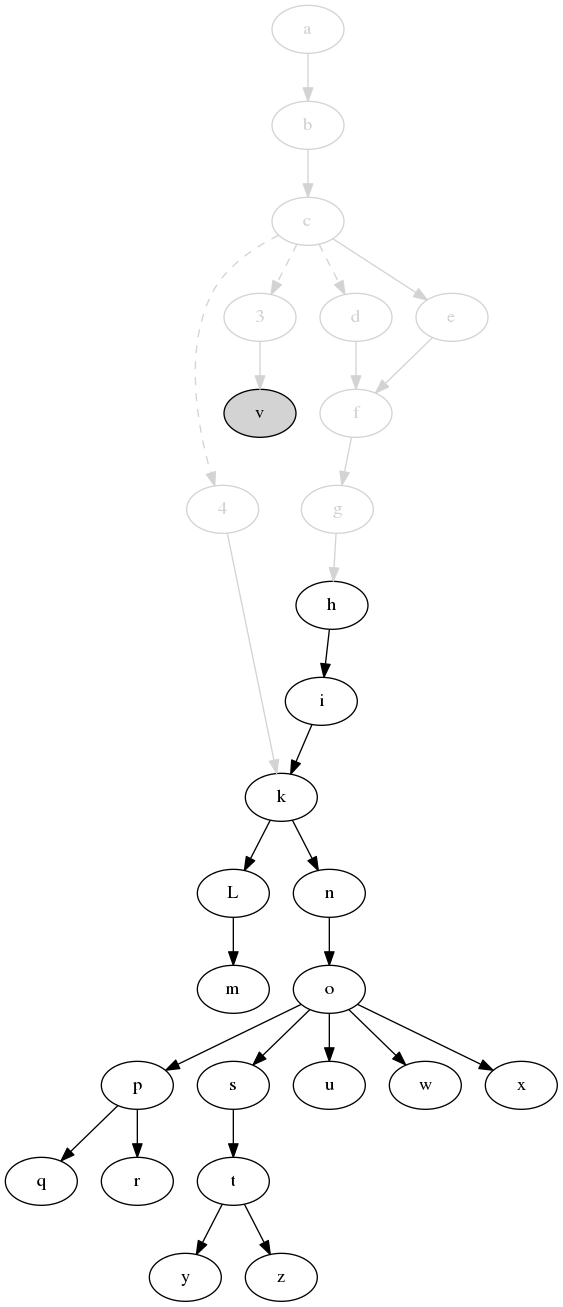
The Graphviz diagram svm-startup-deps.png in jdmpapin/svm-startup-deps, before a commit. Its source is kept beside it as svm-startup-deps.dot.
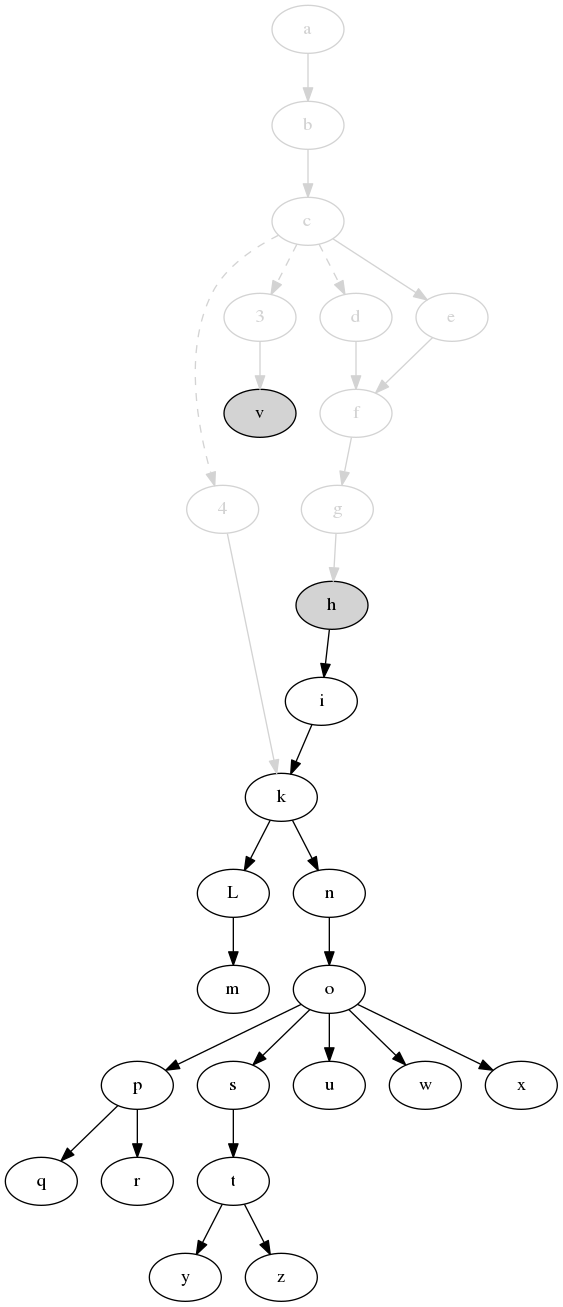
The same diagram one commit later.

Change to the diagram source:
```diff
@@ -8,7 +8,7 @@
     e [color=lightgrey,fontcolor=lightgrey];
     f [color=lightgrey,fontcolor=lightgrey];
     g [color=lightgrey,fontcolor=lightgrey];
-    h;
+    h [style=filled,fillcolor=lightgrey];
     i;
     k;
     L;
```
